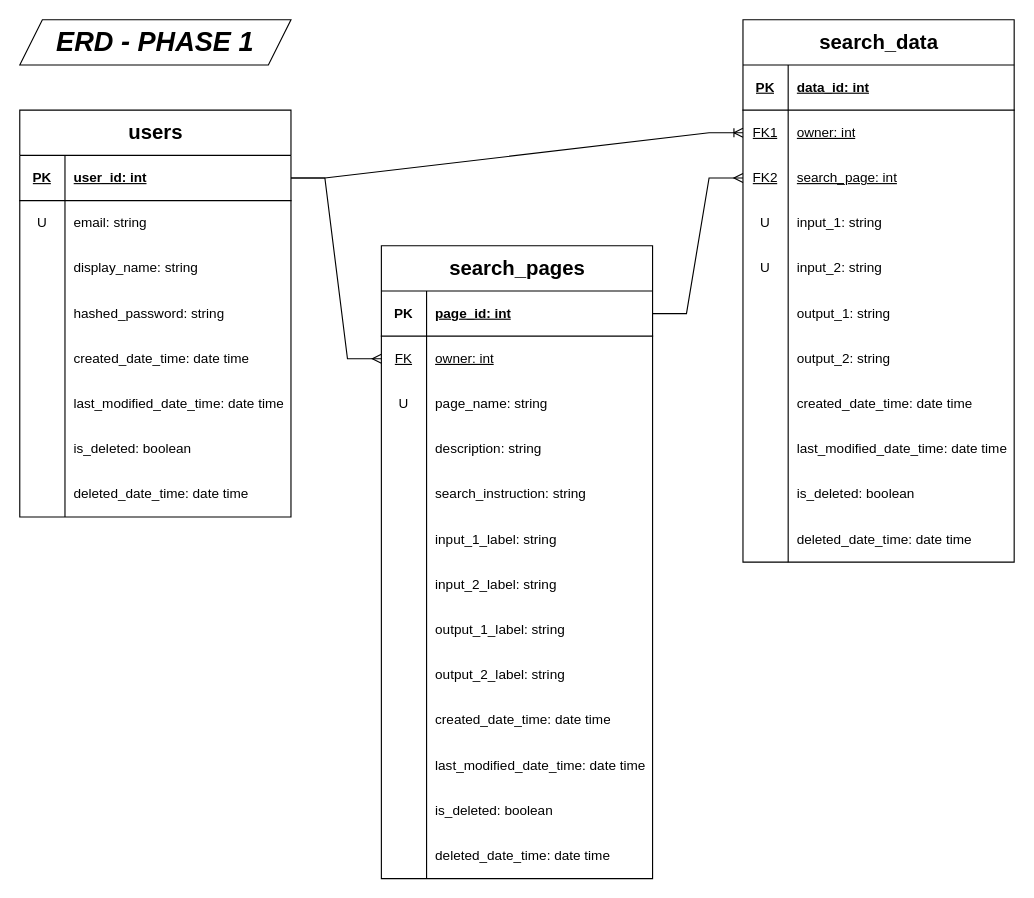
Before: erd/erd_p1.drawio in yozakura-minato/kensaku-docs, a draw.io diagram. Source tidied: cells renumbered, new cells numbered last; positions are measured from the earlier drawing's top-left corner, leaving out a move shared by most shapes. Both pictures are drawn from the tidied source at 113%, with x=0, y=0 at pixel (19, 19).
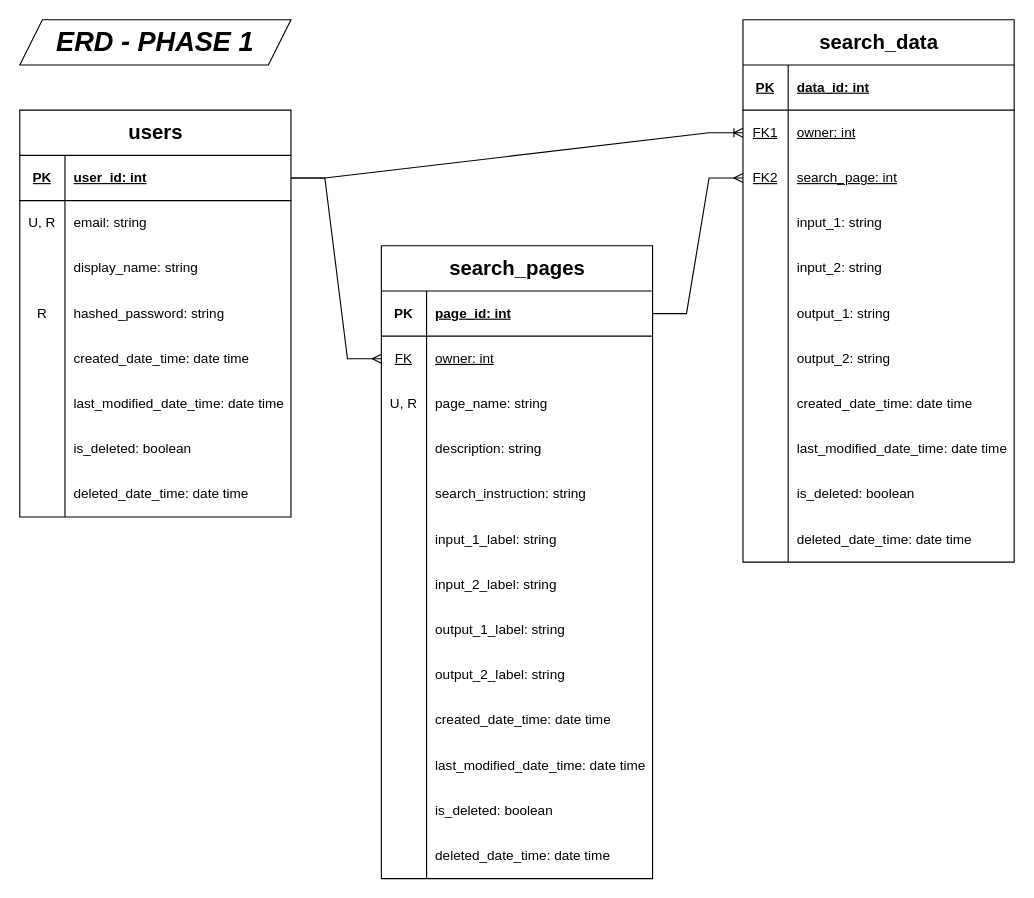
The same diagram, later.

Commit message (it also covers changes not shown here):
p1-s1_fix__add unique & required

Unchanged cells that the change refers to:
```xml
<mxCell id="6" style="shape=tableRow;horizontal=0;startSize=0;swimlaneHead=0;swimlaneBody=0;fillColor=none;top=0;left=0;right=0;bottom=0;" parent="2" vertex="1">
  <mxGeometry y="80" width="240" height="40" as="geometry" />
</mxCell>
<mxCell id="12" style="shape=tableRow;horizontal=0;startSize=0;swimlaneHead=0;swimlaneBody=0;fillColor=none;top=0;left=0;right=0;bottom=0;" parent="2" vertex="1">
  <mxGeometry y="160" width="240" height="40" as="geometry" />
</mxCell>
<mxCell id="37" style="shape=tableRow;horizontal=0;startSize=0;swimlaneHead=0;swimlaneBody=0;fillColor=none;top=0;left=0;right=0;bottom=0;" parent="27" vertex="1">
  <mxGeometry y="160" width="240" height="40" as="geometry" />
</mxCell>
<mxCell id="40" style="shape=tableRow;horizontal=0;startSize=0;swimlaneHead=0;swimlaneBody=0;fillColor=none;top=0;left=0;right=0;bottom=0;" parent="27" vertex="1">
  <mxGeometry y="200" width="240" height="40" as="geometry" />
</mxCell>
<mxCell id="70" style="shape=tableRow;horizontal=0;startSize=0;swimlaneHead=0;swimlaneBody=0;fillColor=none;top=0;left=0;right=0;bottom=0;" parent="63" vertex="1">
  <mxGeometry y="120" width="240" height="40" as="geometry" />
</mxCell>
```

Diff of the diagram source:
```diff
@@
-    <mxCell id="7" value="U" style="shape=partialRectangle;fillColor=none;top=0;left=0;bottom=0;right=0;overflow=hidden;whiteSpace=wrap;html=1;" parent="6" vertex="1">
+    <mxCell id="7" value="U, R" style="shape=partialRectangle;fillColor=none;top=0;left=0;bottom=0;right=0;overflow=hidden;whiteSpace=wrap;html=1;" parent="6" vertex="1">
       <mxGeometry width="40" height="40" as="geometry" />
     </mxCell>
@@
-    <mxCell id="13" style="shape=partialRectangle;fillColor=none;top=0;left=0;bottom=0;right=0;overflow=hidden;whiteSpace=wrap;html=1;" parent="12" vertex="1">
+    <mxCell id="13" value="R" style="shape=partialRectangle;fillColor=none;top=0;left=0;bottom=0;right=0;overflow=hidden;whiteSpace=wrap;html=1;" parent="12" vertex="1">
       <mxGeometry width="40" height="40" as="geometry" />
     </mxCell>
@@
-    <mxCell id="38" value="U" style="shape=partialRectangle;fillColor=none;top=0;left=0;bottom=0;right=0;overflow=hidden;whiteSpace=wrap;html=1;" parent="37" vertex="1">
+    <mxCell id="38" style="shape=partialRectangle;fillColor=none;top=0;left=0;bottom=0;right=0;overflow=hidden;whiteSpace=wrap;html=1;" parent="37" vertex="1">
       <mxGeometry width="40" height="40" as="geometry" />
     </mxCell>
@@
-    <mxCell id="41" value="U" style="shape=partialRectangle;fillColor=none;top=0;left=0;bottom=0;right=0;overflow=hidden;whiteSpace=wrap;html=1;" parent="40" vertex="1">
+    <mxCell id="41" style="shape=partialRectangle;fillColor=none;top=0;left=0;bottom=0;right=0;overflow=hidden;whiteSpace=wrap;html=1;" parent="40" vertex="1">
       <mxGeometry width="40" height="40" as="geometry" />
     </mxCell>
@@
-    <mxCell id="71" value="U" style="shape=partialRectangle;fillColor=none;top=0;left=0;bottom=0;right=0;overflow=hidden;whiteSpace=wrap;html=1;" parent="70" vertex="1">
+    <mxCell id="71" value="U, R" style="shape=partialRectangle;fillColor=none;top=0;left=0;bottom=0;right=0;overflow=hidden;whiteSpace=wrap;html=1;" parent="70" vertex="1">
       <mxGeometry width="40" height="40" as="geometry" />
     </mxCell>
```
